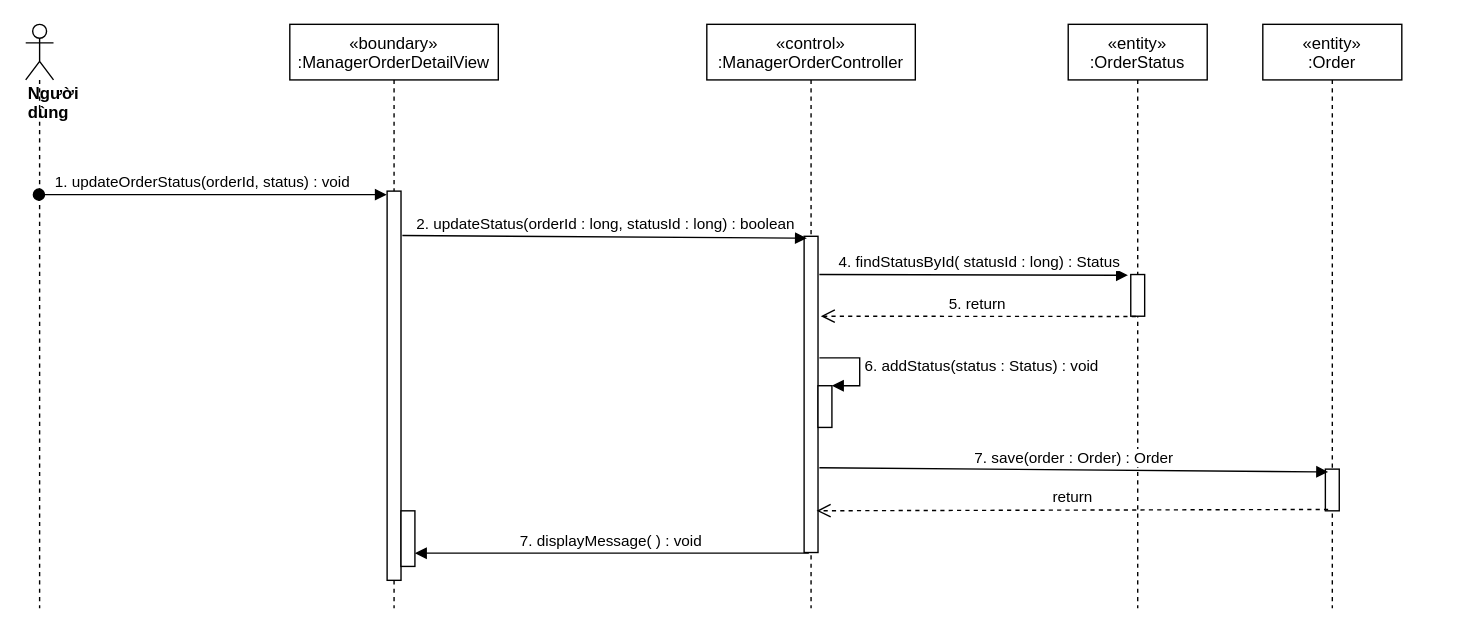
The draw.io diagram sequence diagram/update-status-order-manager-sequence.drawio in nguyenphamvan/datn_20202, before the edit. Source tidied: cells renumbered, new cells numbered last; positions are measured from the earlier drawing's top-left corner, leaving out a move shared by most shapes. Both pictures are drawn from the tidied source at 139%, with x=0, y=0 at pixel (25, 24).
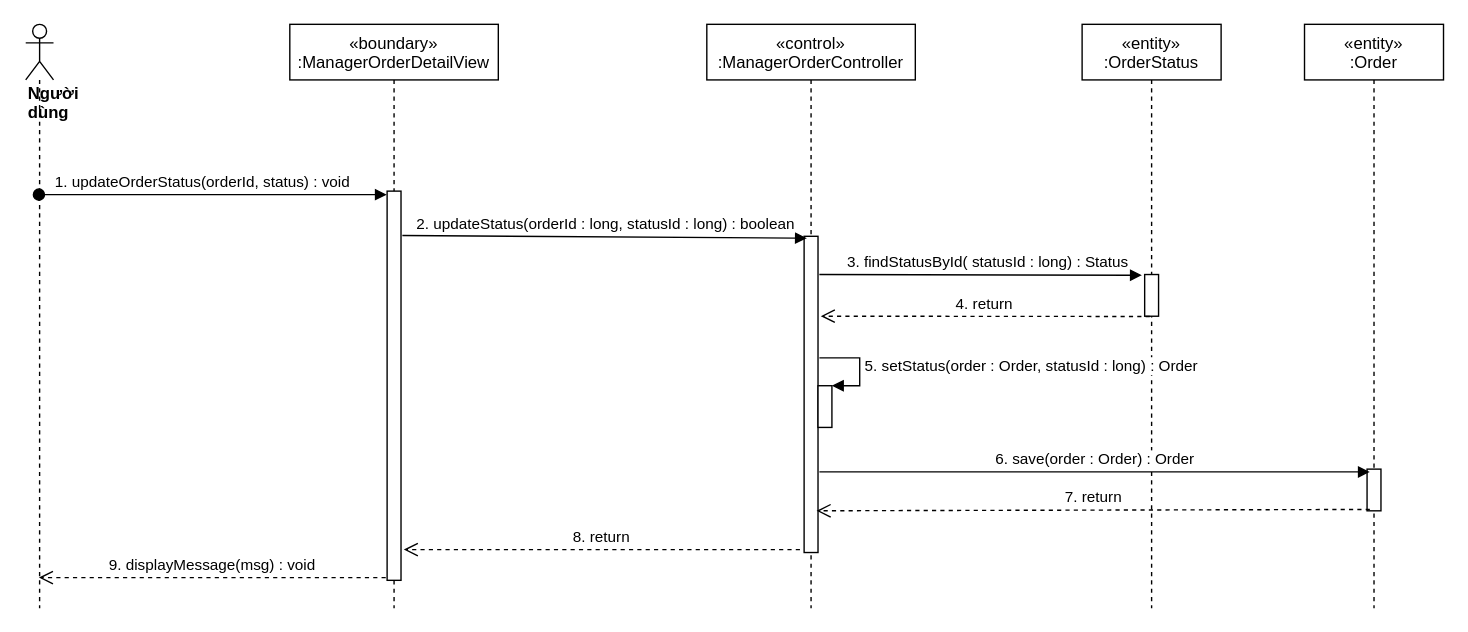
The same page after the edit.

Unchanged cells that the change refers to:
```xml
<mxCell id="3" style="points=[];perimeter=orthogonalPerimeter;rounded=0;shadow=0;strokeWidth=1;" parent="2" vertex="1">
  <mxGeometry x="70" y="120" width="10" height="280" as="geometry" />
</mxCell>
<mxCell id="5" style="points=[];perimeter=orthogonalPerimeter;rounded=0;shadow=0;strokeWidth=1;" parent="4" vertex="1">
  <mxGeometry x="70" y="152.5" width="10" height="227.5" as="geometry" />
</mxCell>
<mxCell id="6" value="&lt;div&gt;&lt;b&gt;Người dùng&lt;/b&gt;&lt;/div&gt;" style="shape=umlLifeline;participant=umlActor;perimeter=lifelinePerimeter;whiteSpace=wrap;html=1;verticalAlign=top;spacingTop=36;outlineConnect=0;align=left;" parent="1" vertex="1">
  <mxGeometry width="20" height="420" as="geometry" />
</mxCell>
<mxCell id="10" style="points=[];perimeter=orthogonalPerimeter;rounded=0;shadow=0;strokeWidth=1;" parent="9" vertex="1">
  <mxGeometry x="45" y="180" width="10" height="30" as="geometry" />
</mxCell>
<mxCell id="15" style="points=[];perimeter=orthogonalPerimeter;rounded=0;shadow=0;strokeWidth=1;" parent="14" vertex="1">
  <mxGeometry x="45" y="320" width="10" height="30" as="geometry" />
</mxCell>
<mxCell id="16" style="html=1;points=[];perimeter=orthogonalPerimeter;" parent="1" vertex="1">
  <mxGeometry x="570" y="260" width="10" height="30" as="geometry" />
</mxCell>
```

The edit, as a diff of the source:
```diff
@@
     <mxCell id="9" value="«entity»&#10;:OrderStatus" style="shape=umlLifeline;perimeter=lifelinePerimeter;rounded=0;shadow=0;strokeWidth=1;" parent="1" vertex="1">
-      <mxGeometry x="750" width="100" height="420" as="geometry" />
+      <mxGeometry x="760" width="100" height="420" as="geometry" />
     </mxCell>
@@
-    <mxCell id="11" value="4. findStatusById( statusId : long) : Status" style="html=1;verticalAlign=bottom;endArrow=block;entryX=-0.2;entryY=0.017;entryDx=0;entryDy=0;entryPerimeter=0;exitX=1.1;exitY=0.121;exitDx=0;exitDy=0;exitPerimeter=0;" parent="1" edge="1" source="5" target="10">
+    <mxCell id="11" value="3. findStatusById( statusId : long) : Status" style="html=1;verticalAlign=bottom;endArrow=block;entryX=-0.2;entryY=0.017;entryDx=0;entryDy=0;entryPerimeter=0;exitX=1.1;exitY=0.121;exitDx=0;exitDy=0;exitPerimeter=0;" parent="1" edge="1" source="5" target="10">
       <mxGeometry x="0.04" relative="1" as="geometry" />
     </mxCell>
-    <mxCell id="12" value="5. return&amp;nbsp;" style="html=1;verticalAlign=bottom;endArrow=open;dashed=1;endSize=8;exitX=0.367;exitY=1.006;exitDx=0;exitDy=0;exitPerimeter=0;" parent="1" edge="1" source="10">
+    <mxCell id="12" value="4. return&amp;nbsp;" style="html=1;verticalAlign=bottom;endArrow=open;dashed=1;endSize=8;exitX=0.367;exitY=1.006;exitDx=0;exitDy=0;exitPerimeter=0;" parent="1" edge="1" source="10">
       <mxGeometry relative="1" as="geometry">
         <mxPoint x="572" y="210" as="targetPoint" />
       </mxGeometry>
     </mxCell>
-    <mxCell id="13" value="7. displayMessage( ) : void" style="verticalAlign=bottom;endArrow=block;shadow=0;strokeWidth=1;exitX=0.34;exitY=1.002;exitDx=0;exitDy=0;exitPerimeter=0;" parent="1" edge="1" source="5" target="18">
-      <mxGeometry relative="1" as="geometry" />
-    </mxCell>
     <mxCell id="14" value="«entity»&#10;:Order" style="shape=umlLifeline;perimeter=lifelinePerimeter;rounded=0;shadow=0;strokeWidth=1;" parent="1" vertex="1">
-      <mxGeometry x="890" width="100" height="420" as="geometry" />
+      <mxGeometry x="920" width="100" height="420" as="geometry" />
     </mxCell>
@@
-    <mxCell id="17" value="6. addStatus(status : Status) : void" style="edgeStyle=orthogonalEdgeStyle;html=1;align=left;spacingLeft=2;endArrow=block;rounded=0;entryX=1;entryY=0;" parent="1" edge="1" target="16">
+    <mxCell id="17" value="5. setStatus(order : Order, statusId : long) : Order" style="edgeStyle=orthogonalEdgeStyle;html=1;align=left;spacingLeft=2;endArrow=block;rounded=0;entryX=1;entryY=0;" parent="1" edge="1" target="16">
       <mxGeometry relative="1" as="geometry">
         <mxPoint x="571" y="240" as="sourcePoint" />
         <Array as="points">
           <mxPoint x="571" y="240" />
           <mxPoint x="600" y="240" />
           <mxPoint x="600" y="260" />
         </Array>
       </mxGeometry>
     </mxCell>
-    <mxCell id="18" style="html=1;points=[];perimeter=orthogonalPerimeter;" parent="1" vertex="1">
-      <mxGeometry x="270" y="350" width="10" height="40" as="geometry" />
-    </mxCell>
-    <mxCell id="19" value="7. save(order : Order) : Order" style="html=1;verticalAlign=bottom;endArrow=block;entryX=0.2;entryY=0.067;entryDx=0;entryDy=0;entryPerimeter=0;exitX=1.1;exitY=0.732;exitDx=0;exitDy=0;exitPerimeter=0;" parent="1" edge="1" source="5" target="15">
-      <mxGeometry relative="1" as="geometry" />
+    <mxCell id="19" value="6. save(order : Order) : Order" style="html=1;verticalAlign=bottom;endArrow=block;entryX=0.2;entryY=0.067;entryDx=0;entryDy=0;entryPerimeter=0;" parent="1" edge="1" target="15">
+      <mxGeometry relative="1" as="geometry">
+        <mxPoint x="571" y="322" as="sourcePoint" />
+      </mxGeometry>
     </mxCell>
-    <mxCell id="20" value="return" style="html=1;verticalAlign=bottom;endArrow=open;dashed=1;endSize=8;exitX=0.2;exitY=0.967;exitDx=0;exitDy=0;exitPerimeter=0;entryX=0.9;entryY=0.868;entryDx=0;entryDy=0;entryPerimeter=0;" parent="1" edge="1" source="15" target="5">
+    <mxCell id="20" value="7. return" style="html=1;verticalAlign=bottom;endArrow=open;dashed=1;endSize=8;exitX=0.2;exitY=0.967;exitDx=0;exitDy=0;exitPerimeter=0;entryX=0.9;entryY=0.868;entryDx=0;entryDy=0;entryPerimeter=0;" parent="1" edge="1" source="15" target="5">
       <mxGeometry relative="1" as="geometry" />
     </mxCell>
+    <mxCell id="21" value="8. return" style="html=1;verticalAlign=bottom;endArrow=open;dashed=1;endSize=8;exitX=-0.3;exitY=0.991;exitDx=0;exitDy=0;exitPerimeter=0;entryX=1.2;entryY=0.921;entryDx=0;entryDy=0;entryPerimeter=0;" parent="1" edge="1" source="5" target="3">
+      <mxGeometry relative="1" as="geometry" />
+    </mxCell>
+    <mxCell id="22" value="9. displayMessage(msg) : void" style="html=1;verticalAlign=bottom;endArrow=open;dashed=1;endSize=8;exitX=-0.1;exitY=0.993;exitDx=0;exitDy=0;exitPerimeter=0;" parent="1" edge="1" source="3" target="6">
+      <mxGeometry relative="1" as="geometry" />
+    </mxCell>
```
